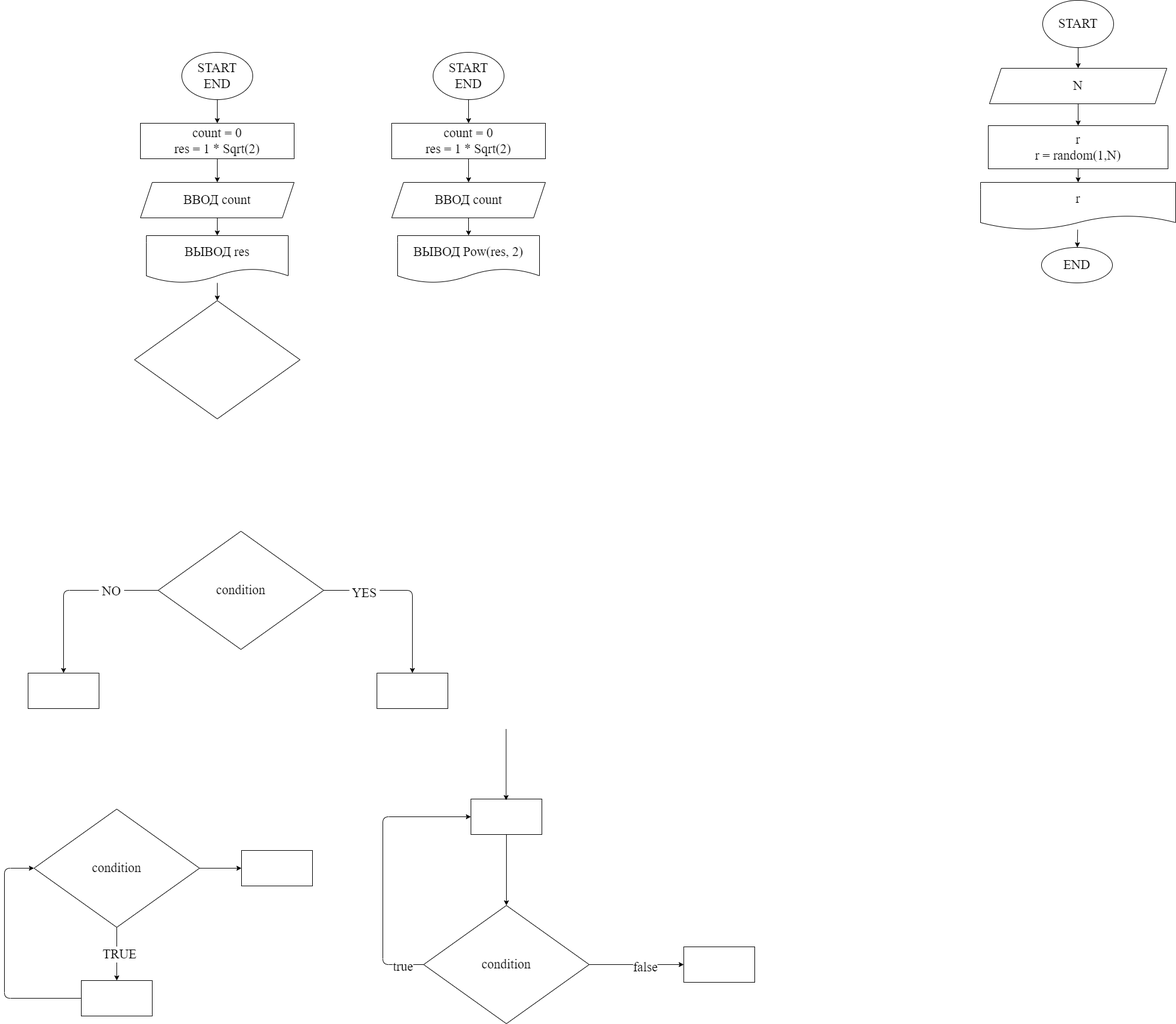
iksergey/practice_temp keeps this draw.io diagram as ex000.drawio.png. Above is the earlier version. Source tidied: cells renumbered, new cells last; positions are measured from the earlier drawing's top-left corner, leaving out a move shared by most shapes.
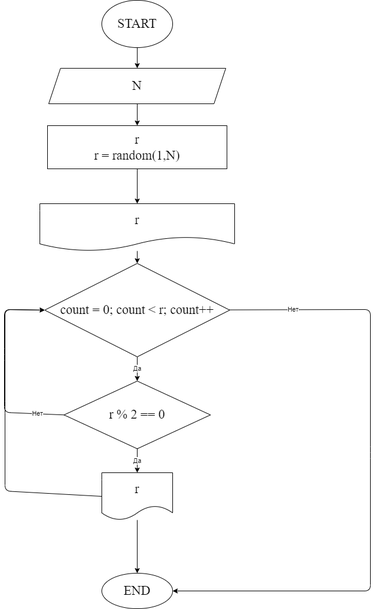
Later version of the same file.

Commit message:
Complete task 3

What changed in the source:
```diff
@@ -2,123 +2,6 @@
   <root>
     <mxCell id="0" />
     <mxCell id="1" parent="0" />
-    <mxCell id="2" style="edgeStyle=none;html=1;fontFamily=Fira Code;fontSize=22;" parent="1" edge="1" source="3" target="5">
-      <mxGeometry relative="1" as="geometry" />
-    </mxCell>
-    <mxCell id="3" value="START&lt;br&gt;END" style="ellipse;whiteSpace=wrap;html=1;fontFamily=Fira Code;fontSize=22;" parent="1" vertex="1">
-      <mxGeometry x="300" y="88" width="120" height="80" as="geometry" />
-    </mxCell>
-    <mxCell id="4" style="edgeStyle=none;html=1;fontFamily=Fira Code;fontSize=22;" parent="1" edge="1" source="5" target="7">
-      <mxGeometry relative="1" as="geometry" />
-    </mxCell>
-    <mxCell id="5" value="count = 0&lt;br&gt;res = 1 * Sqrt(2)" style="whiteSpace=wrap;html=1;fontSize=22;fontFamily=Fira Code;" parent="1" vertex="1">
-      <mxGeometry x="230" y="208" width="260" height="60" as="geometry" />
-    </mxCell>
-    <mxCell id="6" style="edgeStyle=none;html=1;fontFamily=Fira Code;fontSize=22;" parent="1" edge="1" source="7" target="9">
-      <mxGeometry relative="1" as="geometry" />
-    </mxCell>
-    <mxCell id="7" value="ВВОД count" style="shape=parallelogram;perimeter=parallelogramPerimeter;whiteSpace=wrap;html=1;fixedSize=1;fontSize=22;fontFamily=Fira Code;" parent="1" vertex="1">
-      <mxGeometry x="230" y="308" width="260" height="60" as="geometry" />
-    </mxCell>
-    <mxCell id="8" style="edgeStyle=none;html=1;fontFamily=Fira Code;fontSize=22;" parent="1" edge="1" source="9" target="10">
-      <mxGeometry relative="1" as="geometry" />
-    </mxCell>
-    <mxCell id="9" value="ВЫВОД res" style="shape=document;whiteSpace=wrap;html=1;boundedLbl=1;fontSize=22;fontFamily=Fira Code;" parent="1" vertex="1">
-      <mxGeometry x="240" y="398" width="240" height="80" as="geometry" />
-    </mxCell>
-    <mxCell id="10" style="rhombus;whiteSpace=wrap;html=1;fontSize=22;fontFamily=Fira Code;" parent="1" vertex="1">
-      <mxGeometry x="220" y="508" width="280" height="200" as="geometry" />
-    </mxCell>
-    <mxCell id="11" style="edgeStyle=none;html=1;fontFamily=Fira Code;fontSize=22;" parent="1" edge="1" source="15" target="16">
-      <mxGeometry relative="1" as="geometry">
-        <Array as="points">
-          <mxPoint x="690" y="998" />
-        </Array>
-      </mxGeometry>
-    </mxCell>
-    <mxCell id="12" value="&amp;nbsp;YES&amp;nbsp;" style="edgeLabel;html=1;align=center;verticalAlign=middle;fontSize=22;fontFamily=Fira Code;" parent="11" vertex="1">
-      <mxGeometry x="-0.53" y="-4" relative="1" as="geometry" />
-    </mxCell>
-    <mxCell id="13" style="edgeStyle=none;html=1;fontFamily=Fira Code;fontSize=22;" parent="1" edge="1" source="15" target="17">
-      <mxGeometry relative="1" as="geometry">
-        <Array as="points">
-          <mxPoint x="100" y="998" />
-        </Array>
-      </mxGeometry>
-    </mxCell>
-    <mxCell id="14" value="&amp;nbsp;NO&amp;nbsp;" style="edgeLabel;html=1;align=center;verticalAlign=middle;fontSize=22;fontFamily=Fira Code;" parent="13" vertex="1">
-      <mxGeometry x="-0.47" y="1" relative="1" as="geometry" />
-    </mxCell>
-    <mxCell id="15" value="condition" style="rhombus;whiteSpace=wrap;html=1;fontSize=22;fontFamily=Fira Code;" parent="1" vertex="1">
-      <mxGeometry x="260" y="898" width="280" height="200" as="geometry" />
-    </mxCell>
-    <mxCell id="16" style="whiteSpace=wrap;html=1;fontSize=22;fontFamily=Fira Code;" parent="1" vertex="1">
-      <mxGeometry x="630" y="1138" width="120" height="60" as="geometry" />
-    </mxCell>
-    <mxCell id="17" style="whiteSpace=wrap;html=1;fontSize=22;fontFamily=Fira Code;" parent="1" vertex="1">
-      <mxGeometry x="40" y="1138" width="120" height="60" as="geometry" />
-    </mxCell>
-    <mxCell id="18" style="edgeStyle=none;html=1;fontFamily=Fira Code;fontSize=22;" parent="1" edge="1" source="21" target="23">
-      <mxGeometry relative="1" as="geometry" />
-    </mxCell>
-    <mxCell id="19" value="&amp;nbsp;TRUE&amp;nbsp;" style="edgeLabel;html=1;align=center;verticalAlign=middle;fontSize=22;fontFamily=Fira Code;" parent="18" vertex="1">
-      <mxGeometry y="4" relative="1" as="geometry" />
-    </mxCell>
-    <mxCell id="20" style="edgeStyle=none;html=1;fontFamily=Fira Code;fontSize=22;" parent="1" edge="1" source="21" target="32">
-      <mxGeometry relative="1" as="geometry" />
-    </mxCell>
-    <mxCell id="21" value="condition" style="rhombus;whiteSpace=wrap;html=1;fontSize=22;fontFamily=Fira Code;" parent="1" vertex="1">
-      <mxGeometry x="50" y="1368" width="280" height="200" as="geometry" />
-    </mxCell>
-    <mxCell id="22" style="edgeStyle=none;html=1;entryX=0;entryY=0.5;entryDx=0;entryDy=0;fontFamily=Fira Code;fontSize=22;" parent="1" edge="1" source="23" target="21">
-      <mxGeometry relative="1" as="geometry">
-        <Array as="points">
-          <mxPoint y="1688" />
-          <mxPoint y="1468" />
-        </Array>
-      </mxGeometry>
-    </mxCell>
-    <mxCell id="23" style="whiteSpace=wrap;html=1;fontSize=22;fontFamily=Fira Code;" parent="1" vertex="1">
-      <mxGeometry x="130" y="1658" width="120" height="60" as="geometry" />
-    </mxCell>
-    <mxCell id="24" style="edgeStyle=none;html=1;entryX=0;entryY=0.5;entryDx=0;entryDy=0;fontFamily=Fira Code;fontSize=22;" parent="1" edge="1" source="28" target="30">
-      <mxGeometry relative="1" as="geometry">
-        <Array as="points">
-          <mxPoint x="640" y="1631" />
-          <mxPoint x="640" y="1381" />
-        </Array>
-      </mxGeometry>
-    </mxCell>
-    <mxCell id="25" value="true" style="edgeLabel;html=1;align=center;verticalAlign=middle;fontSize=22;fontFamily=Fira Code;" parent="24" vertex="1">
-      <mxGeometry x="-0.85" y="3" relative="1" as="geometry" />
-    </mxCell>
-    <mxCell id="26" style="edgeStyle=none;html=1;fontFamily=Fira Code;fontSize=22;" parent="1" edge="1" source="28" target="33">
-      <mxGeometry relative="1" as="geometry" />
-    </mxCell>
-    <mxCell id="27" value="false" style="edgeLabel;html=1;align=center;verticalAlign=middle;fontSize=22;fontFamily=Fira Code;" parent="26" vertex="1">
-      <mxGeometry x="0.17" y="-4" relative="1" as="geometry" />
-    </mxCell>
-    <mxCell id="28" value="condition" style="rhombus;whiteSpace=wrap;html=1;fontSize=22;fontFamily=Fira Code;" parent="1" vertex="1">
-      <mxGeometry x="709" y="1531" width="280" height="200" as="geometry" />
-    </mxCell>
-    <mxCell id="29" style="edgeStyle=none;html=1;entryX=0.5;entryY=0;entryDx=0;entryDy=0;fontFamily=Fira Code;fontSize=22;" parent="1" edge="1" source="30" target="28">
-      <mxGeometry relative="1" as="geometry" />
-    </mxCell>
-    <mxCell id="30" style="whiteSpace=wrap;html=1;fontSize=22;fontFamily=Fira Code;" parent="1" vertex="1">
-      <mxGeometry x="789" y="1351" width="120" height="60" as="geometry" />
-    </mxCell>
-    <mxCell id="31" style="edgeStyle=none;html=1;entryX=0.5;entryY=0;entryDx=0;entryDy=0;fontFamily=Fira Code;fontSize=22;" parent="1" edge="1">
-      <mxGeometry relative="1" as="geometry">
-        <mxPoint x="848.5" y="1233" as="sourcePoint" />
-        <mxPoint x="848.5" y="1353" as="targetPoint" />
-      </mxGeometry>
-    </mxCell>
-    <mxCell id="32" style="whiteSpace=wrap;html=1;fontSize=22;fontFamily=Fira Code;" parent="1" vertex="1">
-      <mxGeometry x="401" y="1438" width="120" height="60" as="geometry" />
-    </mxCell>
-    <mxCell id="33" style="whiteSpace=wrap;html=1;fontSize=22;fontFamily=Fira Code;" parent="1" vertex="1">
-      <mxGeometry x="1149" y="1601" width="120" height="60" as="geometry" />
-    </mxCell>
     <mxCell id="34" style="edgeStyle=none;html=1;fontFamily=Fira Code;fontSize=22;" parent="1" edge="1" source="35" target="37">
       <mxGeometry relative="1" as="geometry" />
     </mxCell>
@@ -131,41 +14,65 @@
     <mxCell id="37" value="N" style="shape=parallelogram;perimeter=parallelogramPerimeter;whiteSpace=wrap;html=1;fixedSize=1;fontSize=22;fontFamily=Fira Code;" parent="1" vertex="1">
       <mxGeometry x="1666" y="115" width="300" height="60" as="geometry" />
     </mxCell>
-    <mxCell id="38" style="edgeStyle=none;html=1;fontFamily=Fira Code;fontSize=22;" parent="1" edge="1" source="39" target="41">
-      <mxGeometry relative="1" as="geometry" />
-    </mxCell>
+    <mxCell id="50" style="edgeStyle=none;html=1;fontFamily=Fira Code;fontSize=22;" parent="1" edge="1" source="39" target="52">
+      <mxGeometry relative="1" as="geometry" />
+    </mxCell>
     <mxCell id="39" value="r&lt;br&gt;r = random(1,N)" style="whiteSpace=wrap;html=1;fontSize=22;fontFamily=Fira Code;" parent="1" vertex="1">
       <mxGeometry x="1664" y="212" width="304" height="73" as="geometry" />
     </mxCell>
-    <mxCell id="40" style="edgeStyle=none;html=1;fontFamily=Fira Code;fontSize=22;" parent="1" edge="1" source="41" target="42">
-      <mxGeometry relative="1" as="geometry" />
-    </mxCell>
-    <mxCell id="41" value="r" style="shape=document;whiteSpace=wrap;html=1;boundedLbl=1;fontSize=22;fontFamily=Fira Code;" parent="1" vertex="1">
-      <mxGeometry x="1651" y="308" width="330" height="80" as="geometry" />
-    </mxCell>
+    <mxCell id="51" style="edgeStyle=none;html=1;" parent="1" edge="1" source="52" target="55">
+      <mxGeometry relative="1" as="geometry" />
+    </mxCell>
+    <mxCell id="52" value="r" style="shape=document;whiteSpace=wrap;html=1;boundedLbl=1;fontSize=22;fontFamily=Fira Code;" parent="1" vertex="1">
+      <mxGeometry x="1651" y="344" width="330" height="80" as="geometry" />
+    </mxCell>
+    <mxCell id="53" value="Да" style="edgeStyle=none;html=1;" parent="1" edge="1" source="55" target="59">
+      <mxGeometry relative="1" as="geometry" />
+    </mxCell>
+    <mxCell id="54" value="Нет" style="edgeStyle=none;html=1;" parent="1" edge="1" source="55" target="42">
+      <mxGeometry x="-0.79" relative="1" as="geometry">
+        <Array as="points">
+          <mxPoint x="2211" y="523" />
+          <mxPoint x="2211" y="765" />
+          <mxPoint x="2211" y="999" />
+        </Array>
+      </mxGeometry>
+    </mxCell>
+    <mxCell id="55" value="count = 0; count &amp;lt; r; count++" style="rhombus;whiteSpace=wrap;html=1;fontSize=22;fontFamily=Fira Code;" parent="1" vertex="1">
+      <mxGeometry x="1659.2" y="445" width="313.5" height="158" as="geometry" />
+    </mxCell>
+    <mxCell id="56" value="Да" style="edgeStyle=none;html=1;" parent="1" edge="1" source="59" target="61">
+      <mxGeometry relative="1" as="geometry" />
+    </mxCell>
+    <mxCell id="57" style="edgeStyle=none;html=1;exitX=0;exitY=0.5;exitDx=0;exitDy=0;entryX=0;entryY=0.5;entryDx=0;entryDy=0;" parent="1" edge="1" source="61" target="55">
+      <mxGeometry relative="1" as="geometry">
+        <Array as="points">
+          <mxPoint x="1592" y="830" />
+          <mxPoint x="1592" y="688" />
+          <mxPoint x="1592" y="523" />
+        </Array>
+      </mxGeometry>
+    </mxCell>
+    <mxCell id="58" value="Нет" style="edgeStyle=none;html=1;exitX=0;exitY=0.5;exitDx=0;exitDy=0;entryX=0;entryY=0.5;entryDx=0;entryDy=0;" parent="1" edge="1" source="59" target="55">
+      <mxGeometry x="-0.74" relative="1" as="geometry">
+        <Array as="points">
+          <mxPoint x="1591" y="697" />
+          <mxPoint x="1591" y="599" />
+          <mxPoint x="1591" y="523" />
+        </Array>
+      </mxGeometry>
+    </mxCell>
+    <mxCell id="59" value="r % 2 == 0" style="rhombus;whiteSpace=wrap;html=1;fontSize=22;fontFamily=Fira Code;" parent="1" vertex="1">
+      <mxGeometry x="1692" y="644" width="248" height="114.5" as="geometry" />
+    </mxCell>
+    <mxCell id="60" style="edgeStyle=none;html=1;" parent="1" edge="1" source="61" target="42">
+      <mxGeometry relative="1" as="geometry" />
+    </mxCell>
+    <mxCell id="61" value="r" style="shape=document;whiteSpace=wrap;html=1;boundedLbl=1;fontSize=22;fontFamily=Fira Code;" parent="1" vertex="1">
+      <mxGeometry x="1756" y="799" width="120" height="80" as="geometry" />
+    </mxCell>
     <mxCell id="42" value="END" style="ellipse;whiteSpace=wrap;html=1;fontSize=22;fontFamily=Fira Code;" parent="1" vertex="1">
-      <mxGeometry x="1754" y="418" width="120" height="60" as="geometry" />
+      <mxGeometry x="1756" y="969" width="120" height="60" as="geometry" />
     </mxCell>
-    <mxCell id="43" style="edgeStyle=none;html=1;fontFamily=Fira Code;fontSize=22;" parent="1" edge="1" source="44" target="46">
-      <mxGeometry relative="1" as="geometry" />
-    </mxCell>
-    <mxCell id="44" value="START&lt;br&gt;END" style="ellipse;whiteSpace=wrap;html=1;fontFamily=Fira Code;fontSize=22;" parent="1" vertex="1">
-      <mxGeometry x="725" y="88" width="120" height="80" as="geometry" />
-    </mxCell>
-    <mxCell id="45" style="edgeStyle=none;html=1;fontFamily=Fira Code;fontSize=22;" parent="1" edge="1" source="46" target="48">
-      <mxGeometry relative="1" as="geometry" />
-    </mxCell>
-    <mxCell id="46" value="count = 0&lt;br&gt;res = 1 * Sqrt(2)" style="whiteSpace=wrap;html=1;fontSize=22;fontFamily=Fira Code;" parent="1" vertex="1">
-      <mxGeometry x="655" y="208" width="260" height="60" as="geometry" />
-    </mxCell>
-    <mxCell id="47" style="edgeStyle=none;html=1;fontFamily=Fira Code;fontSize=22;" parent="1" edge="1" source="48" target="49">
-      <mxGeometry relative="1" as="geometry" />
-    </mxCell>
-    <mxCell id="48" value="ВВОД count" style="shape=parallelogram;perimeter=parallelogramPerimeter;whiteSpace=wrap;html=1;fixedSize=1;fontSize=22;fontFamily=Fira Code;" parent="1" vertex="1">
-      <mxGeometry x="655" y="308" width="260" height="60" as="geometry" />
-    </mxCell>
-    <mxCell id="49" value="ВЫВОД Pow(res, 2)" style="shape=document;whiteSpace=wrap;html=1;boundedLbl=1;fontSize=22;fontFamily=Fira Code;" parent="1" vertex="1">
-      <mxGeometry x="665" y="398" width="240" height="80" as="geometry" />
-    </mxCell>
   </root>
 </mxGraphModel>
```
